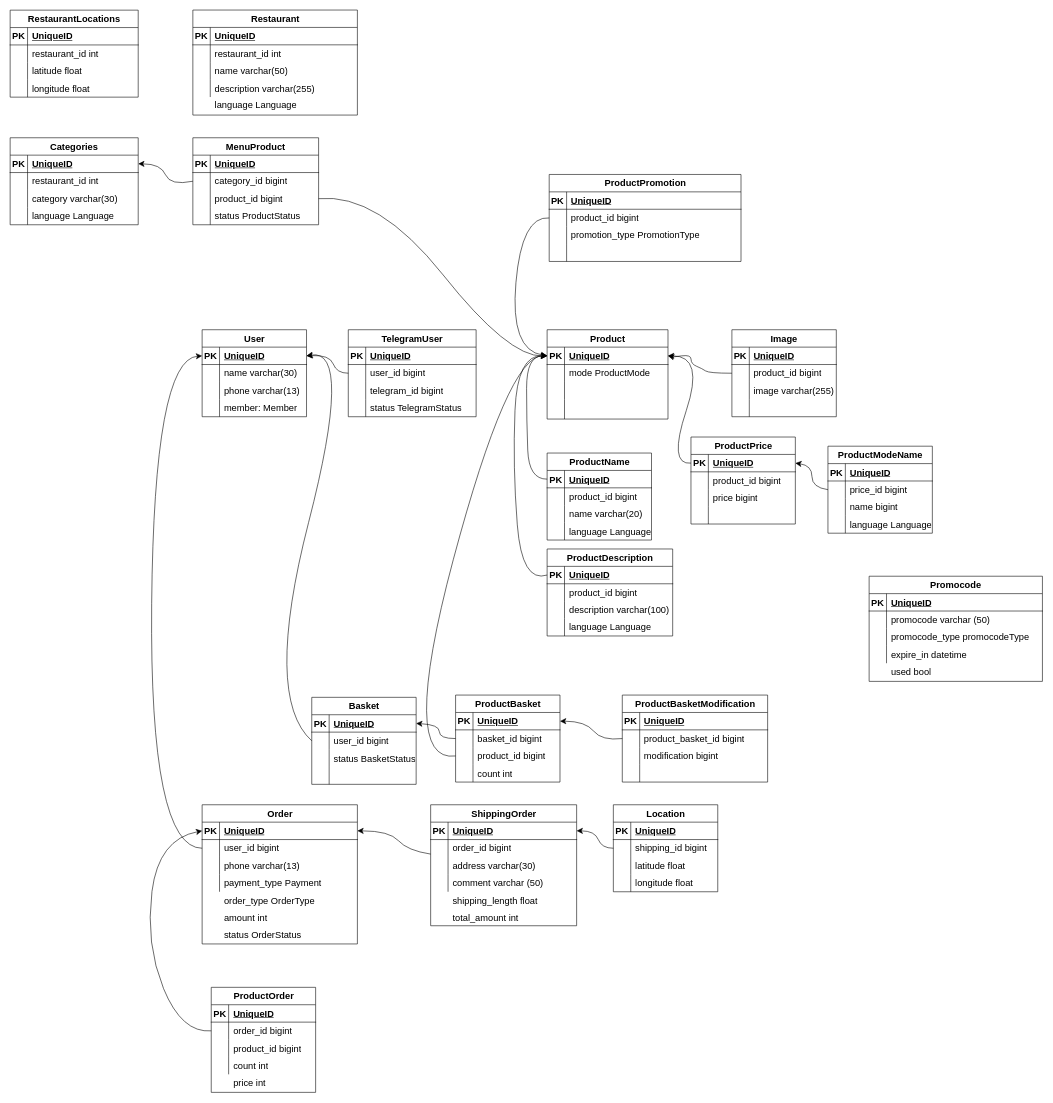
This is page "db scheme" (2 of 2) of restaurant.drawio from KmvRoman/Diagrams, a draw.io file, before an edit. Source tidied: cells renumbered, new cells numbered last; positions are measured from the earlier drawing's top-left corner, leaving out a move shared by most shapes. Both pictures are drawn from the tidied source at 58%, with x=0, y=0 at pixel (10, 10).
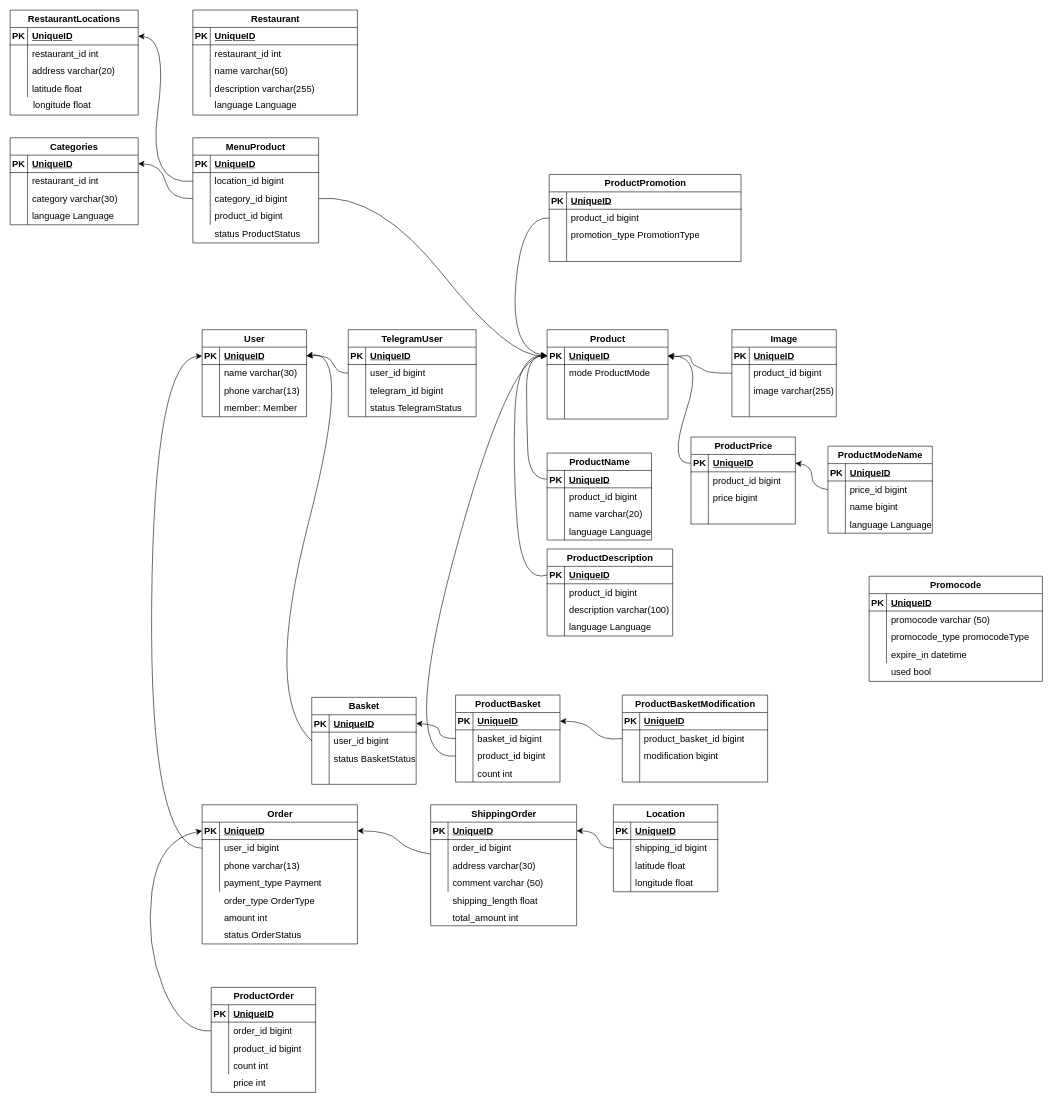
Above is the later version.

Unchanged cells that the change refers to:
```xml
<mxCell id="260" style="shape=tableRow;horizontal=0;startSize=0;swimlaneHead=0;swimlaneBody=0;fillColor=none;points=[[0,0.5],[1,0.5]];portConstraint=eastwest;top=0;left=0;right=0;bottom=1;fontSize=16;" parent="259" vertex="1">
  <mxGeometry y="30" width="220.8" height="30" as="geometry" />
</mxCell>
<mxCell id="266" style="shape=tableRow;horizontal=0;startSize=0;swimlaneHead=0;swimlaneBody=0;fillColor=none;top=0;left=0;right=0;bottom=0;fontSize=16;" parent="259" vertex="1">
  <mxGeometry y="90" width="220.8" height="30" as="geometry" />
</mxCell>
<mxCell id="269" style="shape=tableRow;horizontal=0;startSize=0;swimlaneHead=0;swimlaneBody=0;fillColor=none;top=0;left=0;right=0;bottom=0;fontSize=16;" parent="259" vertex="1">
  <mxGeometry y="120" width="220.8" height="30" as="geometry" />
</mxCell>
<mxCell id="273" style="shape=tableRow;horizontal=0;startSize=0;swimlaneHead=0;swimlaneBody=0;fillColor=none;points=[[0,0.5],[1,0.5]];portConstraint=eastwest;top=0;left=0;right=0;bottom=1;fontSize=16;" parent="272" vertex="1">
  <mxGeometry y="30" width="220.8" height="30" as="geometry" />
</mxCell>
<mxCell id="290" style="shape=tableRow;horizontal=0;startSize=0;swimlaneHead=0;swimlaneBody=0;fillColor=none;points=[[0,0.5],[1,0.5]];portConstraint=eastwest;top=0;left=0;right=0;bottom=0;fontSize=16;" parent="286" vertex="1">
  <mxGeometry y="60" width="216.8" height="30" as="geometry" />
</mxCell>
<mxCell id="293" style="shape=tableRow;horizontal=0;startSize=0;swimlaneHead=0;swimlaneBody=0;fillColor=none;points=[[0,0.5],[1,0.5]];portConstraint=eastwest;top=0;left=0;right=0;bottom=0;fontSize=16;" parent="286" vertex="1">
  <mxGeometry y="90" width="216.8" height="30" as="geometry" />
</mxCell>
<mxCell id="296" style="shape=tableRow;horizontal=0;startSize=0;swimlaneHead=0;swimlaneBody=0;fillColor=none;top=0;left=0;right=0;bottom=0;fontSize=16;" parent="286" vertex="1">
  <mxGeometry y="120" width="216.8" height="30" as="geometry" />
</mxCell>
```

Diff of the diagram source:
```diff
@@
     <mxCell id="259" value="RestaurantLocations" style="shape=table;startSize=30;childLayout=tableLayout;rowLines=0;fontStyle=1;align=center;html=1;fontSize=16;" parent="1" vertex="1">
-      <mxGeometry width="220.8" height="150" as="geometry" />
+      <mxGeometry width="220.8" height="180.9" as="geometry" />
     </mxCell>
@@
-    <mxCell id="268" value="latitude float" style="shape=partialRectangle;fillColor=none;top=0;left=0;bottom=0;right=0;align=left;spacingLeft=6;overflow=hidden;whiteSpace=wrap;html=1;fontSize=16;" parent="266" vertex="1">
+    <mxCell id="268" value="address varchar(20)" style="shape=partialRectangle;fillColor=none;top=0;left=0;bottom=0;right=0;align=left;spacingLeft=6;overflow=hidden;whiteSpace=wrap;html=1;fontSize=16;" parent="266" vertex="1">
       <mxGeometry x="30" width="190.8" height="30" as="geometry" />
     </mxCell>
@@
-    <mxCell id="271" value="longitude float" style="shape=partialRectangle;fillColor=none;top=0;left=0;bottom=0;right=0;align=left;spacingLeft=6;overflow=hidden;whiteSpace=wrap;html=1;fontSize=16;" parent="269" vertex="1">
+    <mxCell id="271" value="latitude float" style="shape=partialRectangle;fillColor=none;top=0;left=0;bottom=0;right=0;align=left;spacingLeft=6;overflow=hidden;whiteSpace=wrap;html=1;fontSize=16;" parent="269" vertex="1">
       <mxGeometry x="30" width="190.8" height="30" as="geometry" />
     </mxCell>
@@
-    <mxCell id="285" style="edgeStyle=none;curved=1;rounded=0;jettySize=auto;html=1;entryX=1;entryY=0.5;entryDx=0;entryDy=0;fontSize=12;startSize=8;endSize=8;exitX=0;exitY=0.5;exitDx=0;exitDy=0;" parent="1" edge="1" source="290" target="273">
+    <mxCell id="285" style="edgeStyle=none;curved=1;rounded=0;jettySize=auto;html=1;entryX=1;entryY=0.5;entryDx=0;entryDy=0;fontSize=12;startSize=8;endSize=8;exitX=0;exitY=0.5;exitDx=0;exitDy=0;" parent="1" edge="1" source="293" target="273">
       <mxGeometry relative="1" as="geometry">
         <Array as="points">
-          <mxPoint x="276" y="303" />
+          <mxPoint x="276" y="327" />
           <mxPoint x="260" y="265" />
         </Array>
       </mxGeometry>
     </mxCell>
     <mxCell id="286" value="MenuProduct" style="shape=table;startSize=30;childLayout=tableLayout;rowLines=0;fontStyle=1;align=center;html=1;fontSize=16;" parent="1" vertex="1">
-      <mxGeometry x="315" y="220" width="216.8" height="150" as="geometry" />
+      <mxGeometry x="315" y="220" width="216.8" height="181.4" as="geometry" />
     </mxCell>
@@
-    <mxCell id="292" value="category_id bigint" style="shape=partialRectangle;fillColor=none;top=0;left=0;bottom=0;right=0;align=left;spacingLeft=6;overflow=hidden;whiteSpace=wrap;html=1;fontSize=16;" parent="290" vertex="1">
+    <mxCell id="292" value="location_id bigint" style="shape=partialRectangle;fillColor=none;top=0;left=0;bottom=0;right=0;align=left;spacingLeft=6;overflow=hidden;whiteSpace=wrap;html=1;fontSize=16;" parent="290" vertex="1">
       <mxGeometry x="30" width="186.8" height="30" as="geometry" />
     </mxCell>
@@
-    <mxCell id="295" value="product_id bigint" style="shape=partialRectangle;fillColor=none;top=0;left=0;bottom=0;right=0;align=left;spacingLeft=6;overflow=hidden;whiteSpace=wrap;html=1;fontSize=16;" parent="293" vertex="1">
+    <mxCell id="295" value="category_id bigint" style="shape=partialRectangle;fillColor=none;top=0;left=0;bottom=0;right=0;align=left;spacingLeft=6;overflow=hidden;whiteSpace=wrap;html=1;fontSize=16;" parent="293" vertex="1">
       <mxGeometry x="30" width="186.8" height="30" as="geometry" />
     </mxCell>
@@
-    <mxCell id="298" value="status ProductStatus" style="shape=partialRectangle;fillColor=none;top=0;left=0;bottom=0;right=0;align=left;spacingLeft=6;overflow=hidden;whiteSpace=wrap;html=1;fontSize=16;" parent="296" vertex="1">
+    <mxCell id="298" value="product_id bigint" style="shape=partialRectangle;fillColor=none;top=0;left=0;bottom=0;right=0;align=left;spacingLeft=6;overflow=hidden;whiteSpace=wrap;html=1;fontSize=16;" parent="296" vertex="1">
       <mxGeometry x="30" width="186.8" height="30" as="geometry" />
     </mxCell>
@@
+    <mxCell id="300" value="status ProductStatus" style="shape=partialRectangle;fillColor=none;top=0;left=0;bottom=0;right=0;align=left;spacingLeft=6;overflow=hidden;whiteSpace=wrap;html=1;fontSize=16;" parent="1" vertex="1">
+      <mxGeometry x="345" y="370" width="186.8" height="30" as="geometry" />
+    </mxCell>
+    <mxCell id="301" style="edgeStyle=none;curved=1;rounded=0;jettySize=auto;html=1;entryX=1;entryY=0.5;entryDx=0;entryDy=0;fontSize=12;startSize=8;endSize=8;exitX=0;exitY=0.5;exitDx=0;exitDy=0;" parent="1" edge="1" source="290" target="260">
+      <mxGeometry relative="1" as="geometry">
+        <Array as="points">
+          <mxPoint x="237" y="303" />
+          <mxPoint x="272" y="47" />
+        </Array>
+      </mxGeometry>
+    </mxCell>
+    <mxCell id="302" value="longitude float" style="shape=partialRectangle;fillColor=none;top=0;left=0;bottom=0;right=0;align=left;spacingLeft=6;overflow=hidden;whiteSpace=wrap;html=1;fontSize=16;" parent="1" vertex="1">
+      <mxGeometry x="31.8" y="149.4" width="190.8" height="30" as="geometry" />
+    </mxCell>
```
